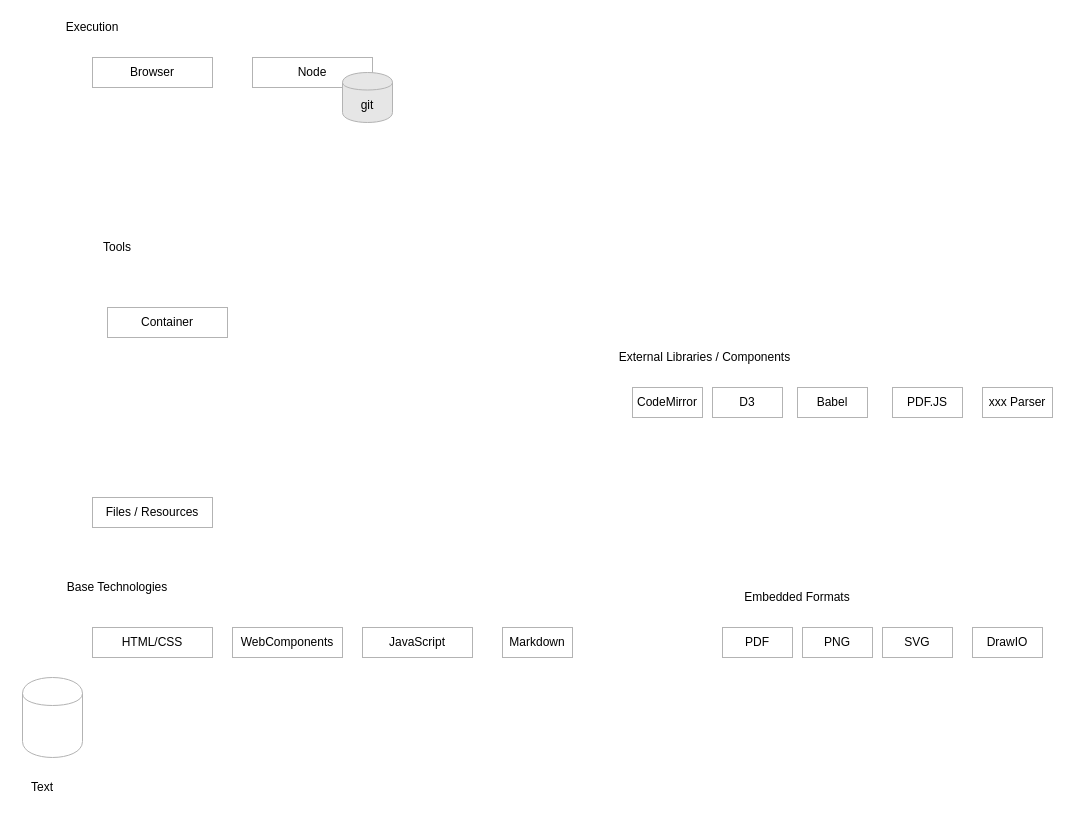
This is doc/lively4.drawio from LivelyKernel/lively4-core, a draw.io file, before an edit. Source tidied: cells renumbered, new cells numbered last; positions are measured from the earlier drawing's top-left corner, leaving out a move shared by most shapes. Both pictures are drawn from the tidied source at 100%, with x=0, y=0 at pixel (17, 17).
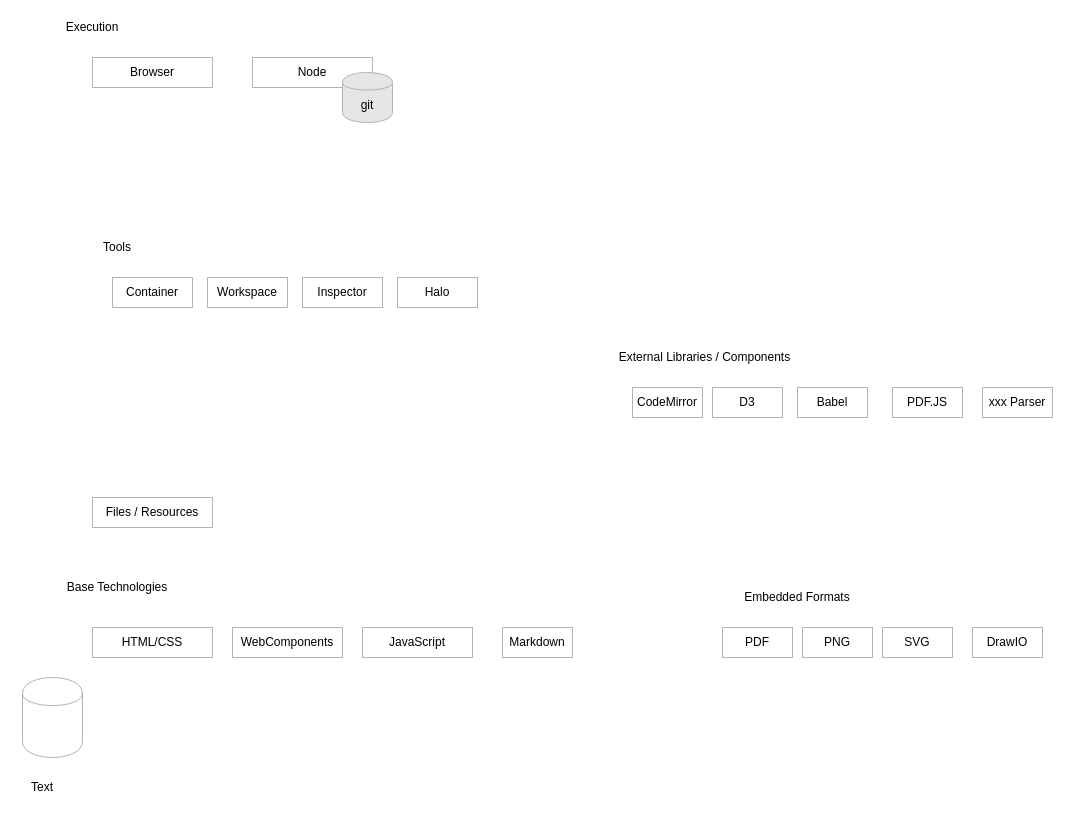
After the change.

What changed in the source:
```diff
@@
     <mxCell id="22" value="Container" style="rounded=0;whiteSpace=wrap;html=1;strokeColor=#B3B3B3;" parent="1" vertex="1">
-      <mxGeometry x="90" y="290" width="120" height="30" as="geometry" />
+      <mxGeometry x="95" y="260" width="80" height="30" as="geometry" />
     </mxCell>
@@
+    <mxCell id="27" value="Workspace" style="rounded=0;whiteSpace=wrap;html=1;strokeColor=#B3B3B3;" parent="1" vertex="1">
+      <mxGeometry x="190" y="260" width="80" height="30" as="geometry" />
+    </mxCell>
+    <mxCell id="28" value="Inspector" style="rounded=0;whiteSpace=wrap;html=1;strokeColor=#B3B3B3;" parent="1" vertex="1">
+      <mxGeometry x="285" y="260" width="80" height="30" as="geometry" />
+    </mxCell>
+    <mxCell id="29" value="Halo" style="rounded=0;whiteSpace=wrap;html=1;strokeColor=#B3B3B3;" parent="1" vertex="1">
+      <mxGeometry x="380" y="260" width="80" height="30" as="geometry" />
+    </mxCell>
```
